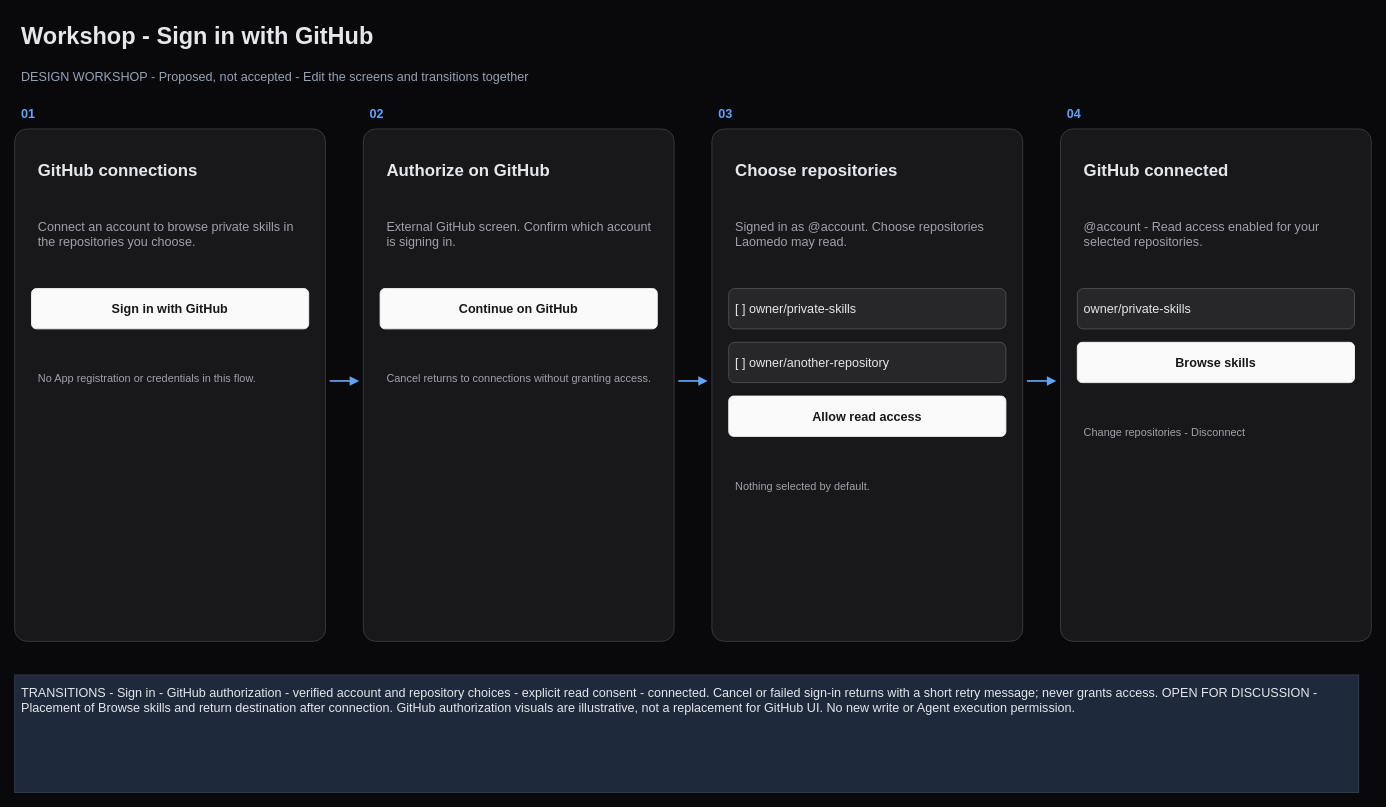
Earlier version of the draw.io diagram page "Workshop - GitHub connections" (1 of 11) of projects/laomedo/subsystems/agent-execution/design/github-account-connections.drawio (amadou-6e/specs). Source tidied: cells renumbered, new cells numbered last; positions are measured from the earlier drawing's top-left corner, leaving out a move shared by most shapes. Both pictures are drawn from the tidied source at 84%, with x=0, y=0 at pixel (14, 14).
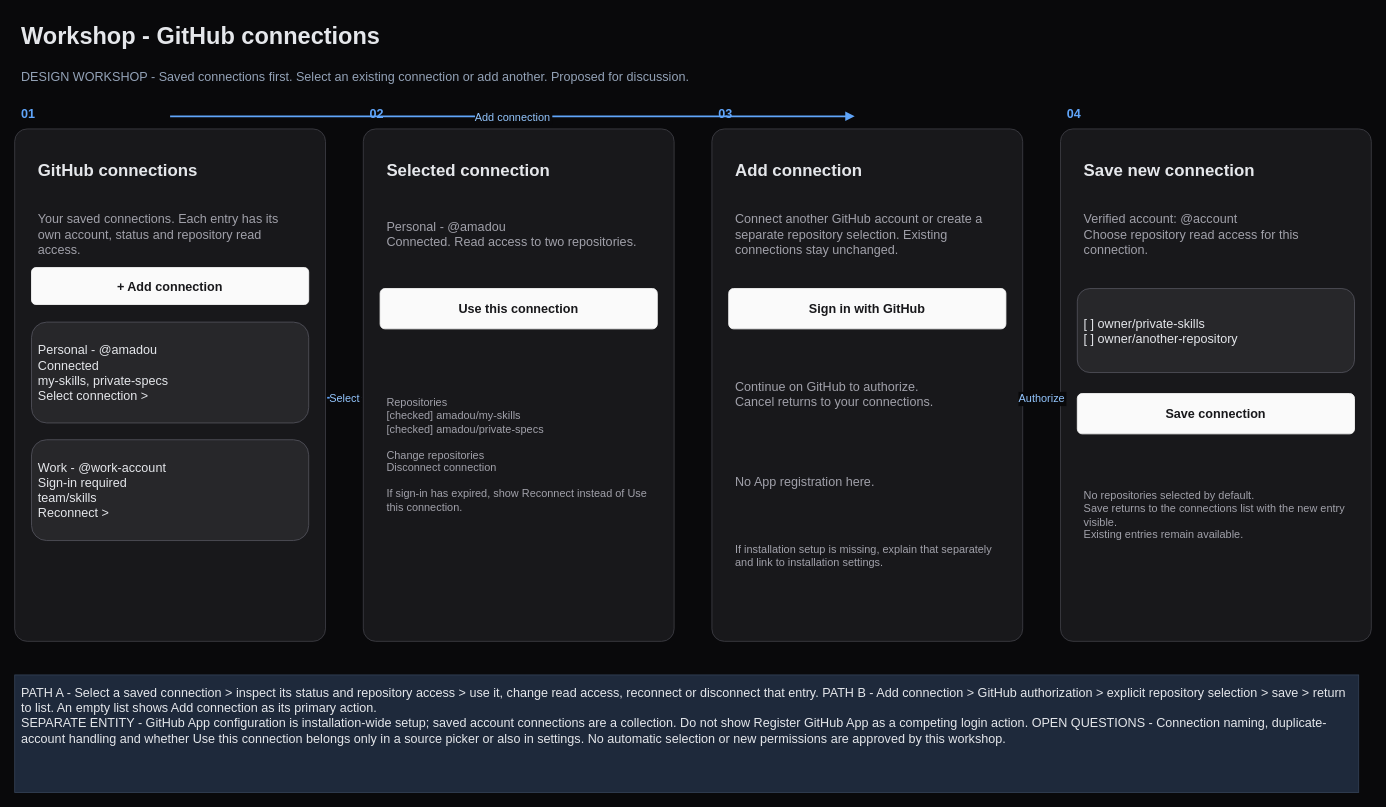
After the change.

Commit message (it also covers changes not shown here):
Show saved GitHub connections and separate add connection flow

Diff of the diagram source:
```diff
@@
-    <mxCell id="2" value="Workshop - Sign in with GitHub" style="text;html=1;whiteSpace=wrap;align=left;verticalAlign=middle;fontColor=#e5e7eb;fontSize=15;spacing=8;fontSize=28;fontStyle=1;" parent="1" vertex="1">
+    <mxCell id="2" value="Workshop - GitHub connections" style="text;html=1;whiteSpace=wrap;align=left;verticalAlign=middle;fontColor=#e5e7eb;fontSize=15;spacing=8;fontSize=28;fontStyle=1;" parent="1" vertex="1">
       <mxGeometry width="1550" height="50" as="geometry" />
     </mxCell>
-    <mxCell id="3" value="DESIGN WORKSHOP - Proposed, not accepted - Edit the screens and transitions together" style="text;html=1;whiteSpace=wrap;align=left;verticalAlign=middle;fontColor=#e5e7eb;fontSize=15;spacing=8;fontColor=#94a3b8;" parent="1" vertex="1">
+    <mxCell id="3" value="DESIGN WORKSHOP - Saved connections first. Select an existing connection or add another. Proposed for discussion." style="text;html=1;whiteSpace=wrap;align=left;verticalAlign=middle;fontColor=#e5e7eb;fontSize=15;spacing=8;fontColor=#94a3b8;" parent="1" vertex="1">
       <mxGeometry y="56" width="1550" height="34" as="geometry" />
     </mxCell>
@@
-    <mxCell id="6" value="Connect an account to browse private skills in the repositories you choose." style="text;html=1;whiteSpace=wrap;align=left;verticalAlign=middle;fontColor=#e5e7eb;fontSize=15;spacing=8;fontColor=#a1a1aa;" parent="1" vertex="1">
+    <mxCell id="6" value="Your saved connections. Each entry has its own account, status and repository read access." style="text;html=1;whiteSpace=wrap;align=left;verticalAlign=middle;fontColor=#e5e7eb;fontSize=15;spacing=8;fontColor=#a1a1aa;" parent="1" vertex="1">
       <mxGeometry x="20" y="218" width="330" height="85" as="geometry" />
     </mxCell>
-    <mxCell id="7" value="Sign in with GitHub" style="rounded=1;arcSize=12;whiteSpace=wrap;html=1;fillColor=#fafafa;strokeColor=#fafafa;fontColor=#18181b;fontSize=15;fontStyle=1;" parent="1" vertex="1">
-      <mxGeometry x="20" y="326" width="330" height="48" as="geometry" />
+    <mxCell id="7" value="+ Add connection" style="rounded=1;arcSize=12;whiteSpace=wrap;html=1;fillColor=#fafafa;strokeColor=#fafafa;fontColor=#18181b;fontSize=15;fontStyle=1;" parent="1" vertex="1">
+      <mxGeometry x="20" y="301" width="330" height="44" as="geometry" />
     </mxCell>
-    <mxCell id="8" value="No App registration or credentials in this flow." style="text;html=1;whiteSpace=wrap;align=left;verticalAlign=middle;fontColor=#e5e7eb;fontSize=15;spacing=8;fontSize=13;fontColor=#a1a1aa;" parent="1" vertex="1">
-      <mxGeometry x="20" y="390" width="330" height="85" as="geometry" />
+    <mxCell id="8" value="Personal - @amadou&#10;Connected&#10;my-skills, private-specs&#10;Select connection &gt;" style="text;html=1;whiteSpace=wrap;align=left;verticalAlign=middle;fontColor=#e5e7eb;fontSize=15;spacing=8;fontSize=13;fontColor=#a1a1aa;fillColor=#27272a;strokeColor=#52525b;rounded=1;fontSize=15;fontColor=#e5e7eb;" parent="1" vertex="1">
+      <mxGeometry x="20" y="366" width="330" height="120" as="geometry" />
     </mxCell>
@@
-    <mxCell id="10" style="endArrow=block;strokeColor=#60a5fa;strokeWidth=2;" parent="1" edge="1">
-      <mxGeometry relative="1" as="geometry">
-        <mxPoint x="375" y="436" as="sourcePoint" />
-        <mxPoint x="410" y="436" as="targetPoint" />
-      </mxGeometry>
-    </mxCell>
@@
-    <mxCell id="12" value="Authorize on GitHub" style="text;html=1;whiteSpace=wrap;align=left;verticalAlign=middle;fontColor=#e5e7eb;fontSize=15;spacing=8;fontSize=20;fontStyle=1;" parent="1" vertex="1">
+    <mxCell id="12" value="Selected connection" style="text;html=1;whiteSpace=wrap;align=left;verticalAlign=middle;fontColor=#e5e7eb;fontSize=15;spacing=8;fontSize=20;fontStyle=1;" parent="1" vertex="1">
       <mxGeometry x="435" y="161" width="330" height="46" as="geometry" />
     </mxCell>
-    <mxCell id="13" value="External GitHub screen. Confirm which account is signing in." style="text;html=1;whiteSpace=wrap;align=left;verticalAlign=middle;fontColor=#e5e7eb;fontSize=15;spacing=8;fontColor=#a1a1aa;" parent="1" vertex="1">
+    <mxCell id="13" value="Personal - @amadou&#10;Connected. Read access to two repositories." style="text;html=1;whiteSpace=wrap;align=left;verticalAlign=middle;fontColor=#e5e7eb;fontSize=15;spacing=8;fontColor=#a1a1aa;" parent="1" vertex="1">
       <mxGeometry x="435" y="218" width="330" height="85" as="geometry" />
     </mxCell>
-    <mxCell id="14" value="Continue on GitHub" style="rounded=1;arcSize=12;whiteSpace=wrap;html=1;fillColor=#fafafa;strokeColor=#fafafa;fontColor=#18181b;fontSize=15;fontStyle=1;" parent="1" vertex="1">
+    <mxCell id="14" value="Use this connection" style="rounded=1;arcSize=12;whiteSpace=wrap;html=1;fillColor=#fafafa;strokeColor=#fafafa;fontColor=#18181b;fontSize=15;fontStyle=1;" parent="1" vertex="1">
       <mxGeometry x="435" y="326" width="330" height="48" as="geometry" />
     </mxCell>
-    <mxCell id="15" value="Cancel returns to connections without granting access." style="text;html=1;whiteSpace=wrap;align=left;verticalAlign=middle;fontColor=#e5e7eb;fontSize=15;spacing=8;fontSize=13;fontColor=#a1a1aa;" parent="1" vertex="1">
-      <mxGeometry x="435" y="390" width="330" height="85" as="geometry" />
+    <mxCell id="15" value="Repositories&#10;[checked] amadou/my-skills&#10;[checked] amadou/private-specs&#10;&#10;Change repositories&#10;Disconnect connection&#10;&#10;If sign-in has expired, show Reconnect instead of Use this connection." style="text;html=1;whiteSpace=wrap;align=left;verticalAlign=middle;fontColor=#e5e7eb;fontSize=15;spacing=8;fontSize=13;fontColor=#a1a1aa;" parent="1" vertex="1">
+      <mxGeometry x="435" y="396" width="330" height="255" as="geometry" />
     </mxCell>
@@
-    <mxCell id="17" style="endArrow=block;strokeColor=#60a5fa;strokeWidth=2;" parent="1" edge="1">
-      <mxGeometry relative="1" as="geometry">
-        <mxPoint x="790" y="436" as="sourcePoint" />
-        <mxPoint x="825" y="436" as="targetPoint" />
-      </mxGeometry>
-    </mxCell>
@@
-    <mxCell id="19" value="Choose repositories" style="text;html=1;whiteSpace=wrap;align=left;verticalAlign=middle;fontColor=#e5e7eb;fontSize=15;spacing=8;fontSize=20;fontStyle=1;" parent="1" vertex="1">
+    <mxCell id="19" value="Add connection" style="text;html=1;whiteSpace=wrap;align=left;verticalAlign=middle;fontColor=#e5e7eb;fontSize=15;spacing=8;fontSize=20;fontStyle=1;" parent="1" vertex="1">
       <mxGeometry x="850" y="161" width="330" height="46" as="geometry" />
     </mxCell>
-    <mxCell id="20" value="Signed in as @account. Choose repositories Laomedo may read." style="text;html=1;whiteSpace=wrap;align=left;verticalAlign=middle;fontColor=#e5e7eb;fontSize=15;spacing=8;fontColor=#a1a1aa;" parent="1" vertex="1">
+    <mxCell id="20" value="Connect another GitHub account or create a separate repository selection. Existing connections stay unchanged." style="text;html=1;whiteSpace=wrap;align=left;verticalAlign=middle;fontColor=#e5e7eb;fontSize=15;spacing=8;fontColor=#a1a1aa;" parent="1" vertex="1">
       <mxGeometry x="850" y="218" width="330" height="85" as="geometry" />
     </mxCell>
-    <mxCell id="21" value="[ ] owner/private-skills" style="text;html=1;whiteSpace=wrap;align=left;verticalAlign=middle;fontColor=#e5e7eb;fontSize=15;spacing=8;rounded=1;fillColor=#27272a;strokeColor=#52525b;" parent="1" vertex="1">
+    <mxCell id="21" value="Sign in with GitHub" style="rounded=1;arcSize=12;whiteSpace=wrap;html=1;fillColor=#fafafa;strokeColor=#fafafa;fontColor=#18181b;fontSize=15;fontStyle=1;" parent="1" vertex="1">
       <mxGeometry x="850" y="326" width="330" height="48" as="geometry" />
     </mxCell>
-    <mxCell id="22" value="[ ] owner/another-repository" style="text;html=1;whiteSpace=wrap;align=left;verticalAlign=middle;fontColor=#e5e7eb;fontSize=15;spacing=8;rounded=1;fillColor=#27272a;strokeColor=#52525b;" parent="1" vertex="1">
-      <mxGeometry x="850" y="390" width="330" height="48" as="geometry" />
+    <mxCell id="22" value="Continue on GitHub to authorize.&#10;Cancel returns to your connections." style="text;html=1;whiteSpace=wrap;align=left;verticalAlign=middle;fontColor=#e5e7eb;fontSize=15;spacing=8;fontColor=#a1a1aa;" parent="1" vertex="1">
+      <mxGeometry x="850" y="401" width="330" height="100" as="geometry" />
     </mxCell>
-    <mxCell id="23" value="Allow read access" style="rounded=1;arcSize=12;whiteSpace=wrap;html=1;fillColor=#fafafa;strokeColor=#fafafa;fontColor=#18181b;fontSize=15;fontStyle=1;" parent="1" vertex="1">
-      <mxGeometry x="850" y="454" width="330" height="48" as="geometry" />
+    <mxCell id="23" value="No App registration here." style="text;html=1;whiteSpace=wrap;align=left;verticalAlign=middle;fontColor=#e5e7eb;fontSize=15;spacing=8;fontColor=#a1a1aa;" parent="1" vertex="1">
+      <mxGeometry x="850" y="531" width="330" height="48" as="geometry" />
     </mxCell>
-    <mxCell id="24" value="Nothing selected by default." style="text;html=1;whiteSpace=wrap;align=left;verticalAlign=middle;fontColor=#e5e7eb;fontSize=15;spacing=8;fontSize=13;fontColor=#a1a1aa;" parent="1" vertex="1">
-      <mxGeometry x="850" y="518" width="330" height="85" as="geometry" />
+    <mxCell id="24" value="If installation setup is missing, explain that separately and link to installation settings." style="text;html=1;whiteSpace=wrap;align=left;verticalAlign=middle;fontColor=#e5e7eb;fontSize=15;spacing=8;fontSize=13;fontColor=#a1a1aa;" parent="1" vertex="1">
+      <mxGeometry x="850" y="596" width="330" height="95" as="geometry" />
     </mxCell>
@@
-    <mxCell id="26" style="endArrow=block;strokeColor=#60a5fa;strokeWidth=2;" parent="1" edge="1">
-      <mxGeometry relative="1" as="geometry">
-        <mxPoint x="1205" y="436" as="sourcePoint" />
-        <mxPoint x="1240" y="436" as="targetPoint" />
-      </mxGeometry>
-    </mxCell>
@@
-    <mxCell id="28" value="GitHub connected" style="text;html=1;whiteSpace=wrap;align=left;verticalAlign=middle;fontColor=#e5e7eb;fontSize=15;spacing=8;fontSize=20;fontStyle=1;" parent="1" vertex="1">
+    <mxCell id="28" value="Save new connection" style="text;html=1;whiteSpace=wrap;align=left;verticalAlign=middle;fontColor=#e5e7eb;fontSize=15;spacing=8;fontSize=20;fontStyle=1;" parent="1" vertex="1">
       <mxGeometry x="1265" y="161" width="330" height="46" as="geometry" />
     </mxCell>
-    <mxCell id="29" value="@account - Read access enabled for your selected repositories." style="text;html=1;whiteSpace=wrap;align=left;verticalAlign=middle;fontColor=#e5e7eb;fontSize=15;spacing=8;fontColor=#a1a1aa;" parent="1" vertex="1">
+    <mxCell id="29" value="Verified account: @account&#10;Choose repository read access for this connection." style="text;html=1;whiteSpace=wrap;align=left;verticalAlign=middle;fontColor=#e5e7eb;fontSize=15;spacing=8;fontColor=#a1a1aa;" parent="1" vertex="1">
       <mxGeometry x="1265" y="218" width="330" height="85" as="geometry" />
     </mxCell>
-    <mxCell id="30" value="owner/private-skills" style="text;html=1;whiteSpace=wrap;align=left;verticalAlign=middle;fontColor=#e5e7eb;fontSize=15;spacing=8;rounded=1;fillColor=#27272a;strokeColor=#52525b;" parent="1" vertex="1">
-      <mxGeometry x="1265" y="326" width="330" height="48" as="geometry" />
+    <mxCell id="30" value="[ ] owner/private-skills&#10;[ ] owner/another-repository" style="text;html=1;whiteSpace=wrap;align=left;verticalAlign=middle;fontColor=#e5e7eb;fontSize=15;spacing=8;rounded=1;fillColor=#27272a;strokeColor=#52525b;" parent="1" vertex="1">
+      <mxGeometry x="1265" y="326" width="330" height="100" as="geometry" />
     </mxCell>
-    <mxCell id="31" value="Browse skills" style="rounded=1;arcSize=12;whiteSpace=wrap;html=1;fillColor=#fafafa;strokeColor=#fafafa;fontColor=#18181b;fontSize=15;fontStyle=1;" parent="1" vertex="1">
-      <mxGeometry x="1265" y="390" width="330" height="48" as="geometry" />
+    <mxCell id="31" value="Save connection" style="rounded=1;arcSize=12;whiteSpace=wrap;html=1;fillColor=#fafafa;strokeColor=#fafafa;fontColor=#18181b;fontSize=15;fontStyle=1;" parent="1" vertex="1">
+      <mxGeometry x="1265" y="451" width="330" height="48" as="geometry" />
     </mxCell>
-    <mxCell id="32" value="Change repositories    -    Disconnect" style="text;html=1;whiteSpace=wrap;align=left;verticalAlign=middle;fontColor=#e5e7eb;fontSize=15;spacing=8;fontSize=13;fontColor=#a1a1aa;" parent="1" vertex="1">
-      <mxGeometry x="1265" y="454" width="330" height="85" as="geometry" />
+    <mxCell id="32" value="No repositories selected by default.&#10;Save returns to the connections list with the new entry visible.&#10;Existing entries remain available." style="text;html=1;whiteSpace=wrap;align=left;verticalAlign=middle;fontColor=#e5e7eb;fontSize=15;spacing=8;fontSize=13;fontColor=#a1a1aa;" parent="1" vertex="1">
+      <mxGeometry x="1265" y="531" width="330" height="130" as="geometry" />
     </mxCell>
@@
-    <mxCell id="34" value="TRANSITIONS - Sign in - GitHub authorization - verified account and repository choices - explicit read consent - connected. Cancel or failed sign-in returns with a short retry message; never grants access. OPEN FOR DISCUSSION - Placement of Browse skills and return destination after connection. GitHub authorization visuals are illustrative, not a replacement for GitHub UI. No new write or Agent execution permission." style="text;html=1;whiteSpace=wrap;align=left;verticalAlign=middle;fontColor=#e5e7eb;fontSize=15;spacing=8;fillColor=#1e293b;strokeColor=#334155;verticalAlign=top;" parent="1" vertex="1">
+    <mxCell id="34" value="PATH A - Select a saved connection &gt; inspect its status and repository access &gt; use it, change read access, reconnect or disconnect that entry. PATH B - Add connection &gt; GitHub authorization &gt; explicit repository selection &gt; save &gt; return to list. An empty list shows Add connection as its primary action.&#10;SEPARATE ENTITY - GitHub App configuration is installation-wide setup; saved account connections are a collection. Do not show Register GitHub App as a competing login action. OPEN QUESTIONS - Connection naming, duplicate-account handling and whether Use this connection belongs only in a source picker or also in settings. No automatic selection or new permissions are approved by this workshop." style="text;html=1;whiteSpace=wrap;align=left;verticalAlign=middle;fontColor=#e5e7eb;fontSize=15;spacing=8;fillColor=#1e293b;strokeColor=#334155;verticalAlign=top;" parent="1" vertex="1">
       <mxGeometry y="786" width="1600" height="140" as="geometry" />
     </mxCell>
+    <mxCell id="35" value="Work - @work-account&#10;Sign-in required&#10;team/skills&#10;Reconnect &gt;" style="text;html=1;whiteSpace=wrap;align=left;verticalAlign=middle;fontColor=#e5e7eb;fontSize=15;spacing=8;fontSize=13;fontColor=#a1a1aa;fillColor=#27272a;strokeColor=#52525b;rounded=1;fontSize=15;fontColor=#e5e7eb;" parent="1" vertex="1">
+      <mxGeometry x="20" y="506" width="330" height="120" as="geometry" />
+    </mxCell>
+    <mxCell id="36" value="Select" style="endArrow=block;strokeColor=#60a5fa;fontColor=#93c5fd;labelBackgroundColor=#09090b;strokeWidth=2;fontSize=13;" parent="1" edge="1">
+      <mxGeometry relative="1" as="geometry">
+        <mxPoint x="372" y="456" as="sourcePoint" />
+        <mxPoint x="413" y="456" as="targetPoint" />
+      </mxGeometry>
+    </mxCell>
+    <mxCell id="37" value="Authorize" style="endArrow=block;strokeColor=#60a5fa;fontColor=#93c5fd;labelBackgroundColor=#09090b;strokeWidth=2;fontSize=13;" parent="1" edge="1">
+      <mxGeometry relative="1" as="geometry">
+        <mxPoint x="1202" y="456" as="sourcePoint" />
+        <mxPoint x="1243" y="456" as="targetPoint" />
+      </mxGeometry>
+    </mxCell>
+    <mxCell id="38" value="Add connection" style="endArrow=block;strokeColor=#60a5fa;fontColor=#93c5fd;labelBackgroundColor=#09090b;strokeWidth=2;fontSize=13;" parent="1" edge="1">
+      <mxGeometry relative="1" as="geometry">
+        <mxPoint x="185" y="121" as="sourcePoint" />
+        <mxPoint x="1000" y="121" as="targetPoint" />
+      </mxGeometry>
+    </mxCell>
```
